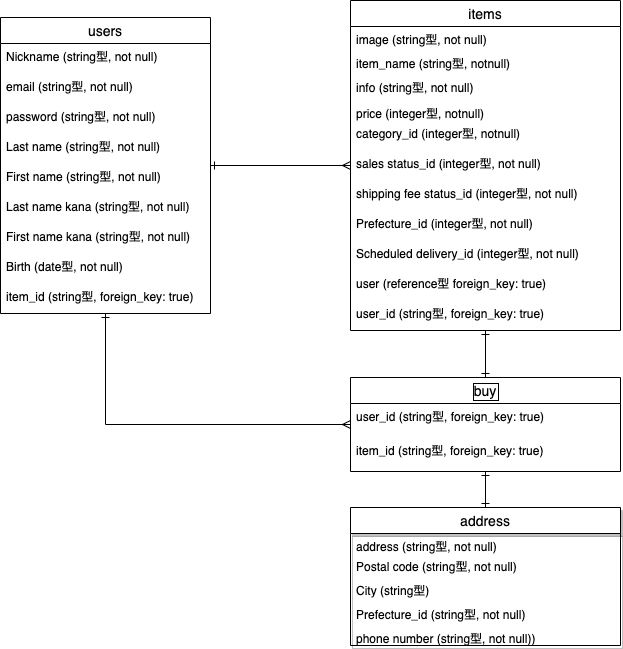
Earlier version of the draw.io export test.drawio.png (teru0429/furima-33042). Source tidied: cells renumbered, new cells last; positions are measured from the earlier drawing's top-left corner, leaving out a move shared by most shapes.
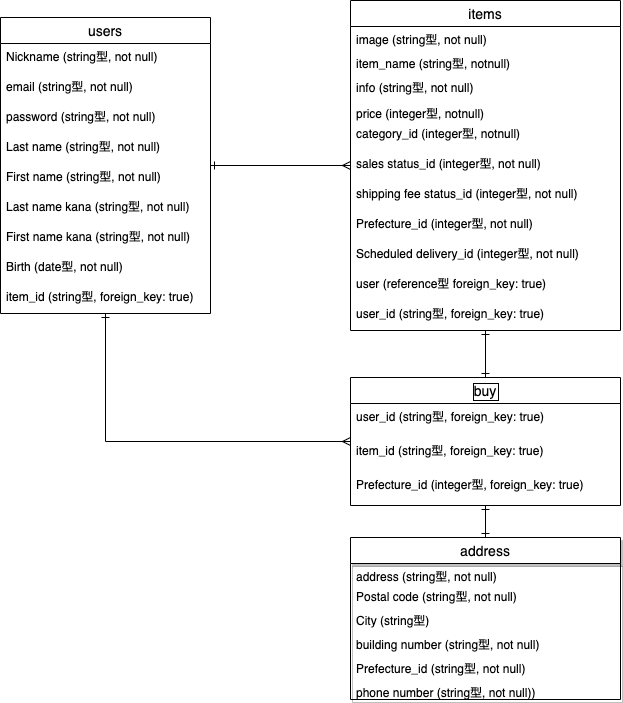
Later version of the same file.

Change to the diagram source:
```diff
@@ -81,7 +81,7 @@
       <mxGeometry relative="1" as="geometry" />
     </mxCell>
     <mxCell id="28" value="address" style="swimlane;fontStyle=0;horizontal=1;startSize=26;align=center;fontSize=14;shadow=1;" parent="1" vertex="1">
-      <mxGeometry x="350" y="507" width="270" height="138" as="geometry" />
+      <mxGeometry x="350" y="537" width="270" height="162" as="geometry" />
     </mxCell>
     <mxCell id="29" value="address (string型, not null)" style="text;strokeColor=none;fillColor=none;spacingLeft=4;spacingRight=4;overflow=hidden;fontSize=12;" parent="28" vertex="1">
       <mxGeometry y="26" width="270" height="20" as="geometry" />
@@ -92,14 +92,17 @@
     <mxCell id="31" value="City (string型)" style="text;strokeColor=none;fillColor=none;spacingLeft=4;spacingRight=4;overflow=hidden;fontSize=12;" parent="28" vertex="1">
       <mxGeometry y="70" width="270" height="24" as="geometry" />
     </mxCell>
+    <mxCell id="37" value="building number (string型, not null)" style="text;strokeColor=none;fillColor=none;spacingLeft=4;spacingRight=4;overflow=hidden;fontSize=12;" parent="28" vertex="1">
+      <mxGeometry y="94" width="270" height="24" as="geometry" />
+    </mxCell>
     <mxCell id="32" value="Prefecture_id (string型, not null)" style="text;strokeColor=none;fillColor=none;spacingLeft=4;spacingRight=4;overflow=hidden;fontSize=12;" parent="28" vertex="1">
-      <mxGeometry y="94" width="270" height="24" as="geometry" />
+      <mxGeometry y="118" width="270" height="24" as="geometry" />
     </mxCell>
     <mxCell id="33" value="phone number (string型, not null))" style="text;strokeColor=none;fillColor=none;spacingLeft=4;spacingRight=4;overflow=hidden;fontSize=12;" parent="28" vertex="1">
-      <mxGeometry y="118" width="270" height="20" as="geometry" />
+      <mxGeometry y="142" width="270" height="20" as="geometry" />
     </mxCell>
     <mxCell id="34" value="buy" style="swimlane;fontStyle=0;horizontal=1;startSize=26;align=center;fontSize=14;labelBorderColor=#000000;" parent="1" vertex="1">
-      <mxGeometry x="350" y="377" width="270" height="94" as="geometry" />
+      <mxGeometry x="350" y="377" width="270" height="128" as="geometry" />
     </mxCell>
     <mxCell id="35" value="user_id (string型, foreign_key: true)" style="text;strokeColor=none;fillColor=none;spacingLeft=4;spacingRight=4;overflow=hidden;fontSize=12;" parent="34" vertex="1">
       <mxGeometry y="26" width="270" height="34" as="geometry" />
@@ -107,5 +110,8 @@
     <mxCell id="36" value="item_id (string型, foreign_key: true)" style="text;strokeColor=none;fillColor=none;spacingLeft=4;spacingRight=4;overflow=hidden;fontSize=12;" parent="34" vertex="1">
       <mxGeometry y="60" width="270" height="34" as="geometry" />
     </mxCell>
+    <mxCell id="38" value="Prefecture_id (integer型, foreign_key: true)" style="text;strokeColor=none;fillColor=none;spacingLeft=4;spacingRight=4;overflow=hidden;fontSize=12;" parent="34" vertex="1">
+      <mxGeometry y="94" width="270" height="34" as="geometry" />
+    </mxCell>
   </root>
 </mxGraphModel>
```
